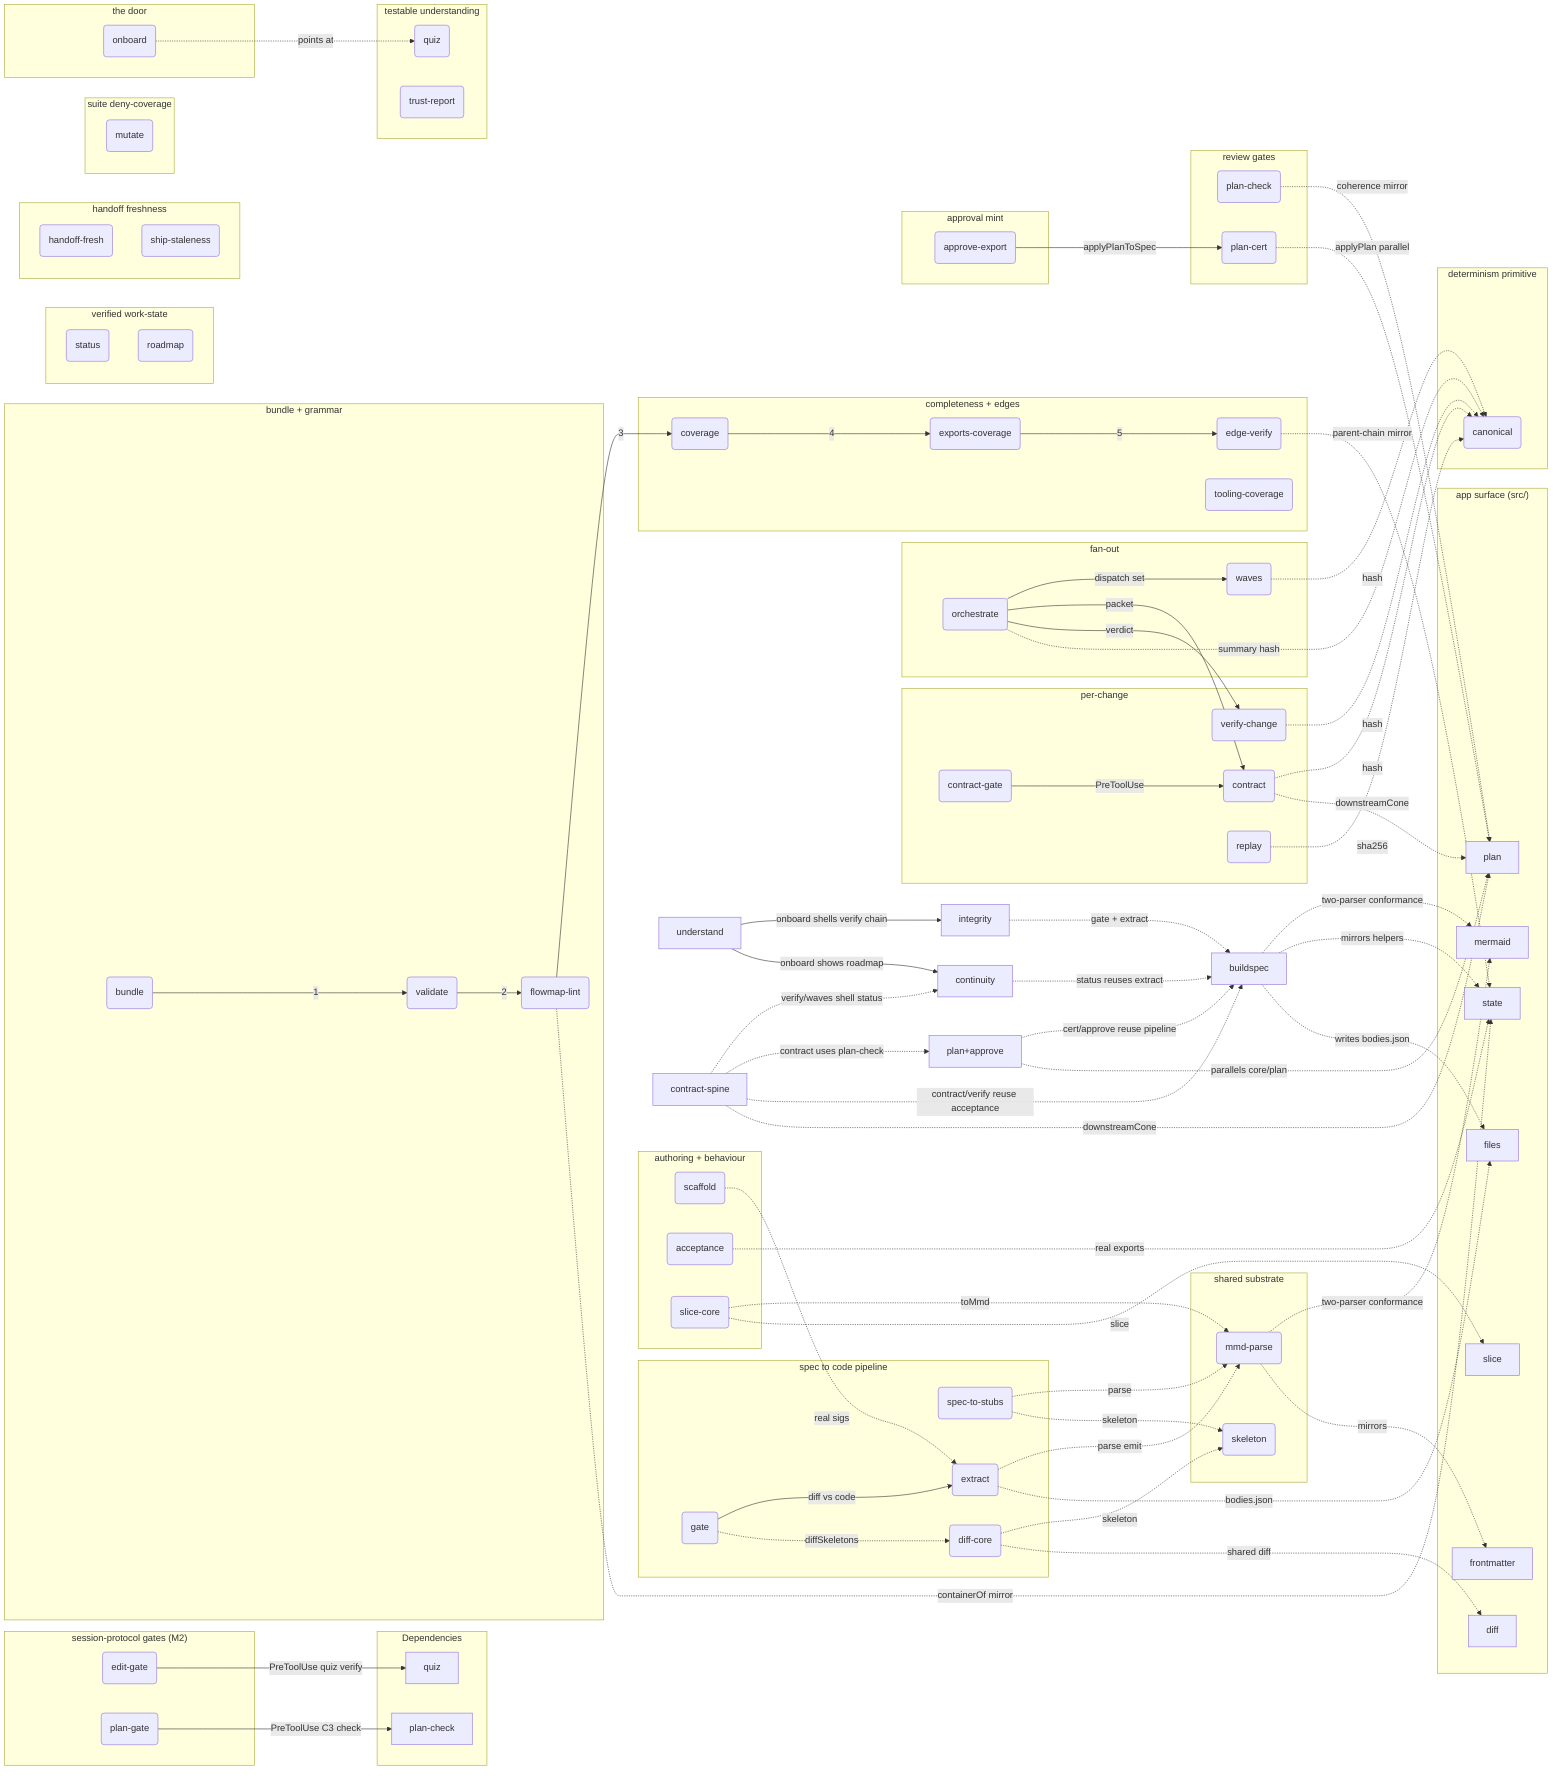
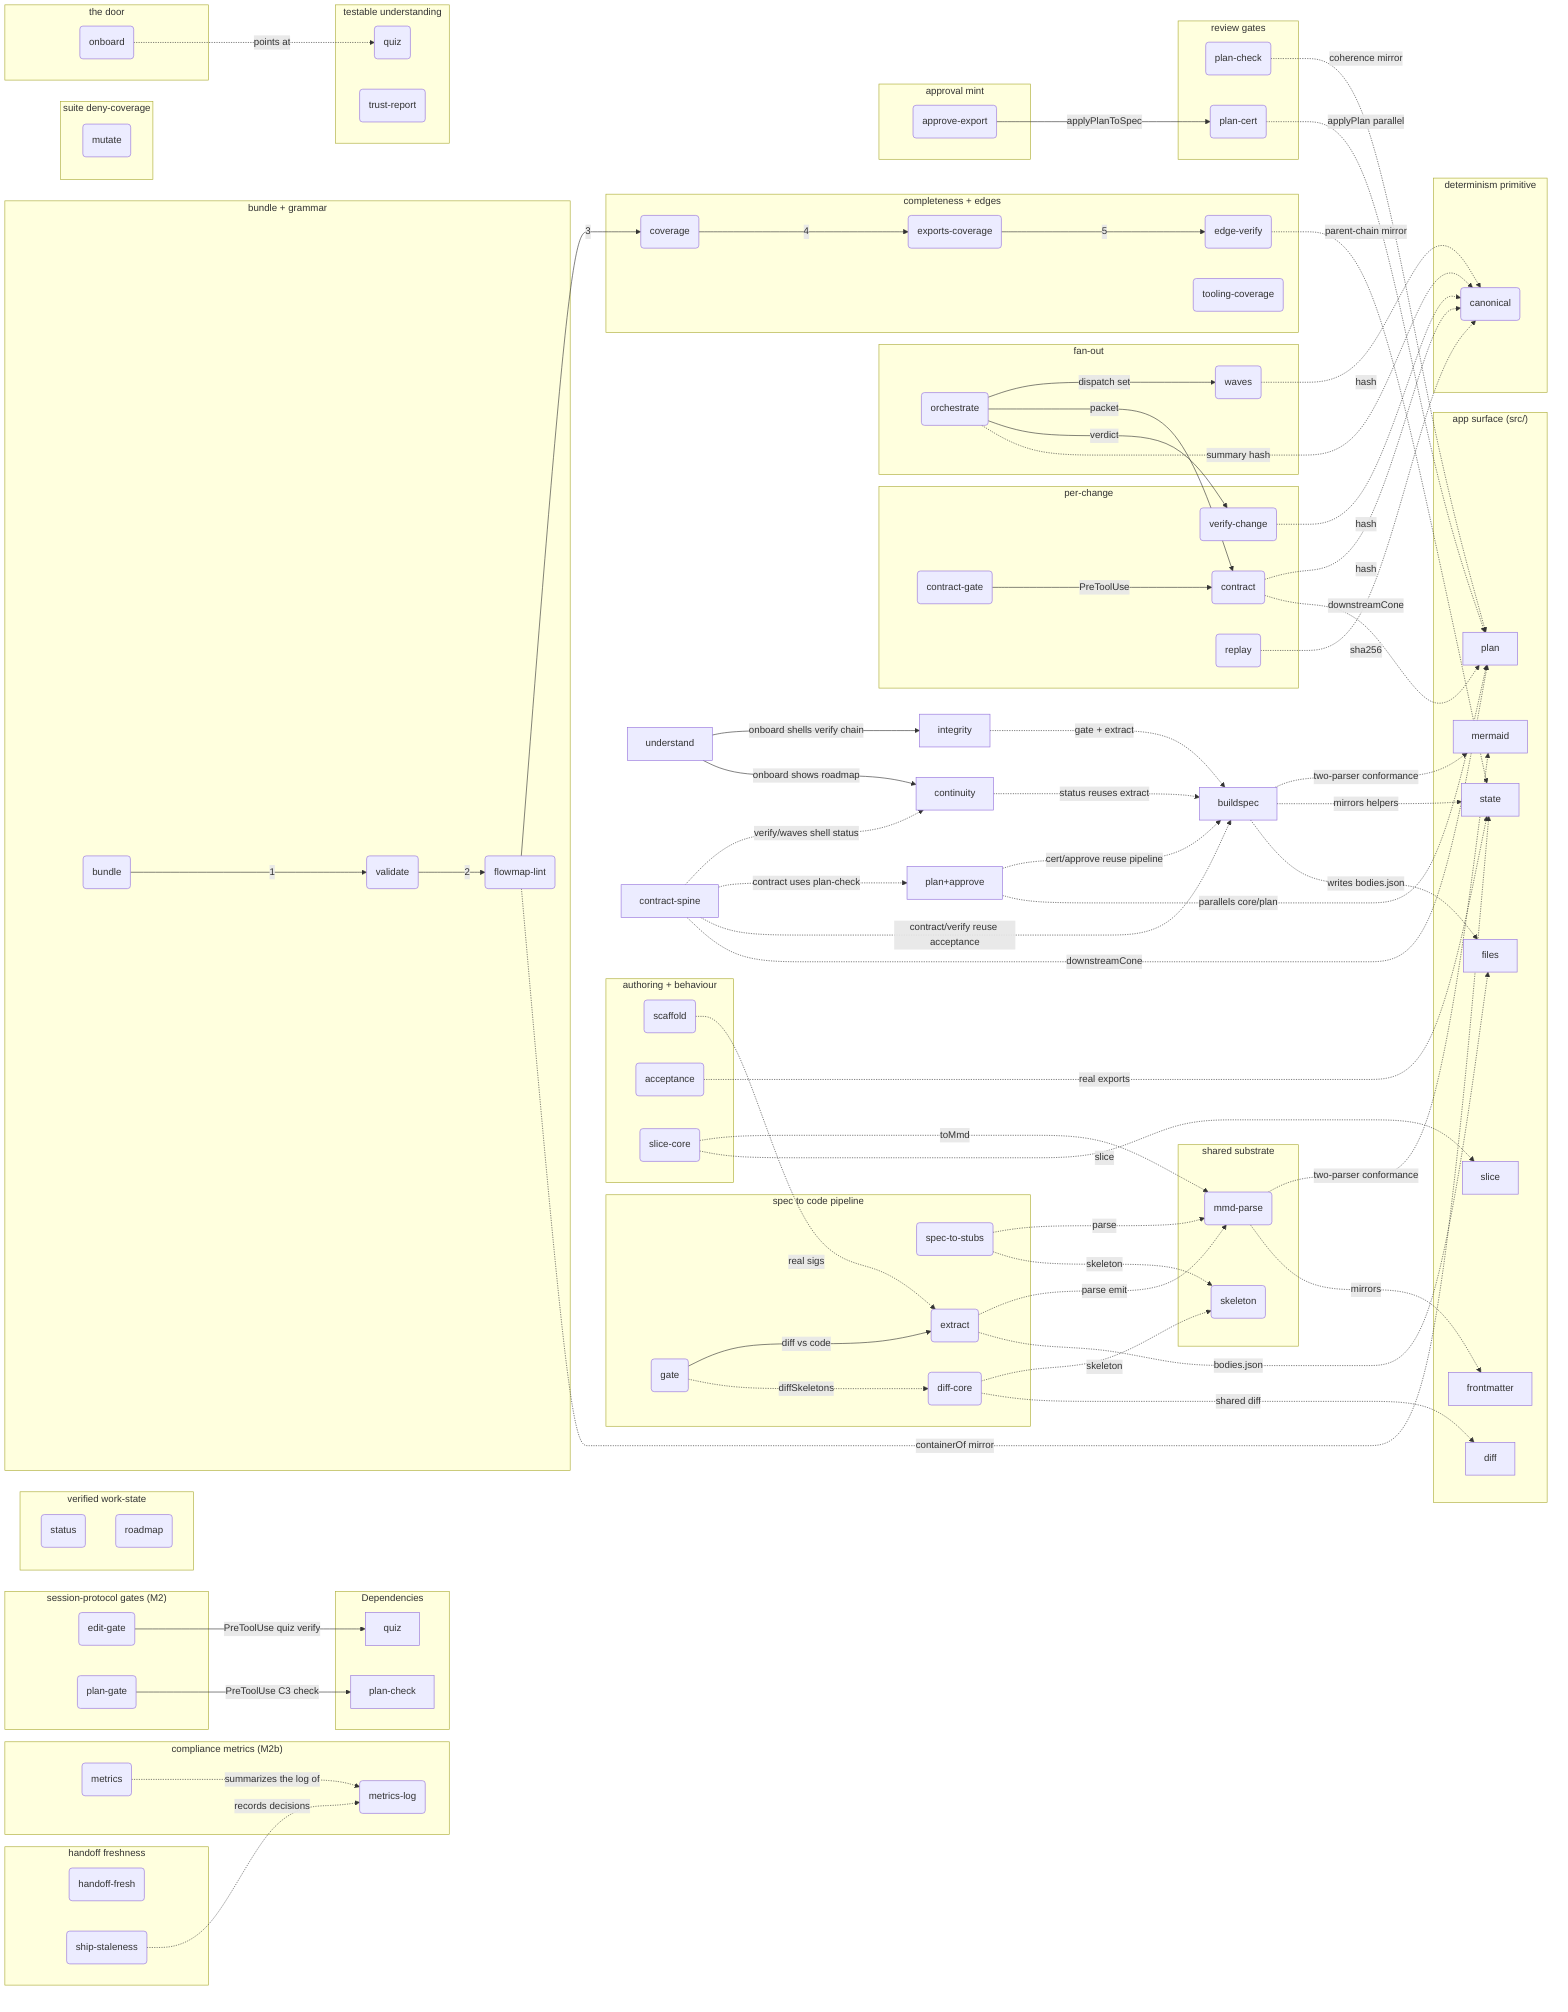
flowchart LR
%% AUTO-GENERATED BUNDLE — do not edit. Edit the per-folder fragments and re-bundle.
%% root flowmapBuildspec

%% fm:meta mermaid name=mermaid
%% fm:meta mermaid desc=app serializer/parser the tooling parser must agree with (two-parser conformance A3)
%% fm:meta frontmatter name=frontmatter
%% fm:meta frontmatter desc=app frontmatter model the tooling parser and skeleton mirror
%% fm:meta state name=state
%% fm:meta state desc=app model and geometry helpers the tooling mirrors and runs acceptance cases against
%% fm:meta files name=files
%% fm:meta files desc=app file IO that consumes the bodies.json the extractor writes
%% fm:meta diff name=diff
%% fm:meta diff desc=app semantic diff whose engine the tooling diff-core shares
%% fm:meta slice name=slice
%% fm:meta slice desc=app neighbourhood slice whose engine the tooling slice-core mirrors
%% fm:meta plan name=plan
%% fm:meta plan desc=app plan overlay model the tooling plan/cert/contract tools parallel and route into
%% fm:meta flowmapBuildspec__mmdParse name=mmd-parse
%% fm:meta flowmapBuildspec__mmdParse desc=zero-dep parser and serializer for the .mmd dialect every tool imports
%% fm:meta flowmapBuildspec__skeleton name=skeleton
%% fm:meta flowmapBuildspec__skeleton desc=canonical contract skeleton of a node plus all type normalization
%% fm:meta flowmapBuildspec__specToStubs name=spec-to-stubs
%% fm:meta flowmapBuildspec__specToStubs desc=step 1 emit TS stubs and contracts so interface drift becomes a tsc error
%% fm:meta flowmapBuildspec__extract name=extract
%% fm:meta flowmapBuildspec__extract desc=step 2 ts-morph walks src and re-serializes real code into a map plus bodies.json
%% fm:meta flowmapBuildspec__diffCore name=diff-core
%% fm:meta flowmapBuildspec__diffCore desc=pure structural diff between two skeleton maps categorizing every mismatch
%% fm:meta flowmapBuildspec__gate name=gate
%% fm:meta flowmapBuildspec__gate desc=step 3 diff committed spec against extracted code and exit non-zero on drift
%% fm:meta flowmapBuildspec__scaffold name=scaffold
%% fm:meta flowmapBuildspec__scaffold desc=author aid init backfill signatures and append plan nodes to fragments
%% fm:meta flowmapBuildspec__acceptance name=acceptance
%% fm:meta flowmapBuildspec__acceptance desc=Keystone 2 run behavioural cases against real src exports to prove correctness
%% fm:meta flowmapBuildspec__sliceCore name=slice-core
%% fm:meta flowmapBuildspec__sliceCore desc=pure model slicer reducing a parsed map to a seed node neighbourhood
%% fm:meta flowmapContinuity__status name=status
%% fm:meta flowmapContinuity__status desc=verified work-state compare a plan proposed signatures against live code built pending drifted missing
%% fm:meta flowmapContinuity__roadmap name=roadmap
%% fm:meta flowmapContinuity__roadmap desc=compute roadmap phase status from predicates and audit the no prose status ban
%% fm:meta flowmapContinuity__handoff name=handoff-fresh
%% fm:meta flowmapContinuity__handoff desc=detect when the handoff lags commits and falsify not yet committed prose claims
%% fm:meta flowmapContinuity__shipStaleness name=ship-staleness
%% fm:meta flowmapContinuity__shipStaleness desc=Stop hook block a session end while the shipped map lags src demanding flowmap ship
+ %% fm:meta flowmapContinuity__metrics name=metrics
+ %% fm:meta flowmapContinuity__metrics desc=M2b summarize the compliance log into rates quiz gate ship cert unproven and wrap ship runs transparently
+ %% fm:meta flowmapContinuity__metricsLog name=metrics-log
+ %% fm:meta flowmapContinuity__metricsLog desc=fail silent JSONL emitter the gates quiz and verdict tools import logging may never change a decision
%% fm:meta flowmapContractSpine__canonical name=canonical
%% fm:meta flowmapContractSpine__canonical desc=the determinism primitive key sorted JSON and sha256 so equality is a hash compare
%% fm:meta flowmapContractSpine__contract name=contract
%% fm:meta flowmapContractSpine__contract desc=emit a byte deterministic per change packet by routing blast radius source and coherence
%% fm:meta flowmapContractSpine__contractGate name=contract-gate
%% fm:meta flowmapContractSpine__contractGate desc=PreToolUse hook deny a spawn carrying a contract sentinel unless the contract resolves clean
%% fm:meta flowmapContractSpine__editGate name=edit-gate
%% fm:meta flowmapContractSpine__editGate desc=PreToolUse hook deny a src edit unless a quiz pass verifies against the current map bytes
%% fm:meta flowmapContractSpine__planGate name=plan-gate
%% fm:meta flowmapContractSpine__planGate desc=PreToolUse hook deny ExitPlanMode while the named or in flight plan fails coherence
%% fm:meta flowmapContractSpine__verifyChange name=verify-change
%% fm:meta flowmapContractSpine__verifyChange desc=fold structural and behavioural results into a data only verdict strict refuses over trust
%% fm:meta flowmapContractSpine__replay name=replay
%% fm:meta flowmapContractSpine__replay desc=determinism harness run a command N times and assert one stdout hash
%% fm:meta flowmapContractSpine__waves name=waves
%% fm:meta flowmapContractSpine__waves desc=topological wave partition of unbuilt changes with cycle detection for parallel dispatch
%% fm:meta flowmapContractSpine__orchestrate name=orchestrate
%% fm:meta flowmapContractSpine__orchestrate desc=the driver waves to per change worktree plus contract to verdict to canonical summary
%% fm:meta flowmapIntegrity__bundle name=bundle
%% fm:meta flowmapIntegrity__bundle desc=merge root plus every fragment into one bundle namespacing private ids
%% fm:meta flowmapIntegrity__validate name=validate
%% fm:meta flowmapIntegrity__validate desc=grammar gate one header unique ids every reference resolves one kind per node
%% fm:meta flowmapIntegrity__lint name=flowmap-lint
%% fm:meta flowmapIntegrity__lint desc=architecture altitude gate fail on flat file-mirror or unsectioned loose bag
%% fm:meta flowmapIntegrity__coverage name=coverage
%% fm:meta flowmapIntegrity__coverage desc=file completeness guard every source file is represented or has a fragment
%% fm:meta flowmapIntegrity__exports name=exports-coverage
%% fm:meta flowmapIntegrity__exports desc=symbol completeness guard every exported symbol is a node or audited entry
%% fm:meta flowmapIntegrity__edges name=edge-verify
%% fm:meta flowmapIntegrity__edges desc=edge integrity guard every edge is import backed intra file or audited advisory
%% fm:meta flowmapIntegrity__toolingCoverage name=tooling-coverage
%% fm:meta flowmapIntegrity__toolingCoverage desc=completeness plus symbol truth guard for the tooling map itself
%% fm:meta flowmapIntegrity__mutate name=mutate
%% fm:meta flowmapIntegrity__mutate desc=mutation harness apply corpus defects in isolated HEAD worktrees and assert the suite reacts as the corpus expects
%% fm:meta flowmapPlanApprove__planCheck name=plan-check
%% fm:meta flowmapPlanApprove__planCheck desc=C3 authoring coherence real ids acyclic deps valid parents coherent accepted set
%% fm:meta flowmapPlanApprove__planCert name=plan-cert
%% fm:meta flowmapPlanApprove__planCert desc=C2 dry-run certificate apply the plan and run generate tsc extract gate as a delta
%% fm:meta flowmapPlanApprove__approve name=approve-export
%% fm:meta flowmapPlanApprove__approve desc=E1 mint write approved map contracts filtered plan and checklist
%% fm:meta flowmapUnderstand__onboard name=onboard
%% fm:meta flowmapUnderstand__onboard desc=the single verifiable door shell the verify chain emit invariants print quiz and roadmap
%% fm:meta flowmapUnderstand__quiz name=quiz
%% fm:meta flowmapUnderstand__quiz desc=Keystone 1 generate structural questions and score answers against live re-derived keys
%% fm:meta flowmapUnderstand__trust name=trust-report
%% fm:meta flowmapUnderstand__trust desc=tier every claim verified advisory or unverified so readers know what is enforced

%% kind flowmapBuildspec module
%% kind flowmapIntegrity module
%% kind flowmapUnderstand module
%% kind flowmapContinuity module
%% kind flowmapPlanApprove module
%% kind flowmapContractSpine module
%% kind mermaid module
%% kind frontmatter module
%% kind state module
%% kind files module
%% kind diff module
%% kind slice module
%% kind plan module
%% kind flowmapBuildspec__mmdParse module
%% kind flowmapBuildspec__skeleton module
%% kind flowmapBuildspec__specToStubs service
%% kind flowmapBuildspec__extract service
%% kind flowmapBuildspec__diffCore module
%% kind flowmapBuildspec__gate service
%% kind flowmapBuildspec__scaffold service
%% kind flowmapBuildspec__acceptance service
%% kind flowmapBuildspec__sliceCore module
%% kind flowmapContinuity__status service
%% kind flowmapContinuity__roadmap service
%% kind flowmapContinuity__handoff service
%% kind flowmapContinuity__shipStaleness service
+ %% kind flowmapContinuity__metrics service
+ %% kind flowmapContinuity__metricsLog module
%% kind flowmapContractSpine__canonical module
%% kind flowmapContractSpine__contract service
%% kind flowmapContractSpine__contractGate service
%% kind flowmapContractSpine__editGate service
%% kind flowmapContractSpine__planGate service
%% kind flowmapContractSpine__verifyChange service
%% kind flowmapContractSpine__replay service
%% kind flowmapContractSpine__waves service
%% kind flowmapContractSpine__orchestrate service
%% kind flowmapIntegrity__bundle service
%% kind flowmapIntegrity__validate service
%% kind flowmapIntegrity__lint service
%% kind flowmapIntegrity__coverage service
%% kind flowmapIntegrity__exports service
%% kind flowmapIntegrity__edges service
%% kind flowmapIntegrity__toolingCoverage service
%% kind flowmapIntegrity__mutate service
%% kind flowmapPlanApprove__planCheck service
%% kind flowmapPlanApprove__planCert service
%% kind flowmapPlanApprove__approve service
%% kind flowmapUnderstand__onboard service
%% kind flowmapUnderstand__quiz service
%% kind flowmapUnderstand__trust service
%% parent flowmapBuildspec__bs_substrate flowmapBuildspec
%% parent flowmapBuildspec__bs_pipeline flowmapBuildspec
%% parent flowmapBuildspec__bs_aids flowmapBuildspec
%% parent flowmapContinuity__co_state flowmapContinuity
%% parent flowmapContinuity__co_handoff flowmapContinuity
+ %% parent flowmapContinuity__co_metrics flowmapContinuity
%% parent flowmapContractSpine__cs_prim flowmapContractSpine
%% parent flowmapContractSpine__cs_change flowmapContractSpine
%% parent flowmapContractSpine__cs_fanout flowmapContractSpine
%% parent flowmapContractSpine__cs_protocol flowmapContractSpine
%% parent flowmapIntegrity__in_build flowmapIntegrity
%% parent flowmapIntegrity__in_complete flowmapIntegrity
%% parent flowmapIntegrity__in_suite flowmapIntegrity
%% parent flowmapPlanApprove__pa_gates flowmapPlanApprove
%% parent flowmapPlanApprove__pa_mint flowmapPlanApprove
%% parent flowmapUnderstand__un_door flowmapUnderstand
%% parent flowmapUnderstand__un_prove flowmapUnderstand
%% src flowmapBuildspec__mmdParse tools/buildspec/mmd-parse.mjs#parseMmd
%% src flowmapBuildspec__skeleton tools/buildspec/skeleton.mjs#specSkeleton
%% src flowmapBuildspec__specToStubs tools/buildspec/spec-to-stubs.mjs#generate
%% src flowmapBuildspec__extract tools/buildspec/extract.mjs#extract
%% src flowmapBuildspec__diffCore tools/buildspec/diff-core.mjs#diffSkeletons
%% src flowmapBuildspec__gate tools/buildspec/gate.mjs
%% src flowmapBuildspec__scaffold tools/buildspec/scaffold.mjs#addFromPlan
%% src flowmapBuildspec__acceptance tools/buildspec/acceptance.mjs#runAcceptance
%% src flowmapBuildspec__sliceCore tools/buildspec/slice-core.mjs#sliceModel
%% src flowmapContinuity__status tools/flowmap/status.mjs
%% src flowmapContinuity__roadmap tools/flowmap/roadmap.mjs
%% src flowmapContinuity__handoff tools/flowmap/handoff-fresh.mjs#checkContentClaims
%% src flowmapContinuity__shipStaleness tools/flowmap/ship-staleness.mjs
+ %% src flowmapContinuity__metrics tools/flowmap/metrics.mjs
+ %% src flowmapContinuity__metricsLog tools/flowmap/lib/metrics-log.mjs#recordEvent
%% src flowmapContractSpine__canonical tools/flowmap/lib/canonical.mjs#canonicalize
%% src flowmapContractSpine__contract tools/flowmap/contract.mjs
%% src flowmapContractSpine__contractGate tools/flowmap/contract-gate.mjs
%% src flowmapContractSpine__editGate tools/flowmap/edit-gate.mjs
%% src flowmapContractSpine__planGate tools/flowmap/plan-gate.mjs
%% src flowmapContractSpine__verifyChange tools/flowmap/verify-change.mjs
%% src flowmapContractSpine__replay tools/flowmap/replay.mjs
%% src flowmapContractSpine__waves tools/flowmap/waves.mjs
%% src flowmapContractSpine__orchestrate tools/flowmap/orchestrate.mjs
%% src flowmapIntegrity__bundle tools/flowmap/bundle.mjs
%% src flowmapIntegrity__validate tools/flowmap/validate.mjs
%% src flowmapIntegrity__lint tools/flowmap/flowmap-lint.mjs#lint
%% src flowmapIntegrity__coverage tools/flowmap/coverage.mjs
%% src flowmapIntegrity__exports tools/flowmap/exports-coverage.mjs
%% src flowmapIntegrity__edges tools/flowmap/edge-verify.mjs#verifyEdges
%% src flowmapIntegrity__toolingCoverage tools/flowmap/tooling-coverage.mjs
%% src flowmapIntegrity__mutate tools/flowmap/mutate.mjs
%% src flowmapPlanApprove__planCheck tools/flowmap/plan-check.mjs#checkPlan
%% src flowmapPlanApprove__planCert tools/flowmap/plan-cert.mjs#certifyPlan
%% src flowmapPlanApprove__approve tools/flowmap/approve-export.mjs#approveExport
%% src flowmapUnderstand__onboard tools/flowmap/onboard.mjs
%% src flowmapUnderstand__quiz tools/flowmap/quiz.mjs
%% src flowmapUnderstand__trust tools/flowmap/trust-report.mjs

  flowmapBuildspec["buildspec"]
  flowmapIntegrity["integrity"]
  flowmapUnderstand["understand"]
  flowmapContinuity["continuity"]
  flowmapPlanApprove["plan+approve"]
  flowmapContractSpine["contract-spine"]
  subgraph AppSurface ["app surface (src/)"]
    mermaid["mermaid"]
    frontmatter["frontmatter"]
    state["state"]
    files["files"]
    diff["diff"]
    slice["slice"]
    plan["plan"]
  end
  %% ---- subsystem-level flow (the loop) ----
  %% ---- tooling -> app surface (the blast radius) ----

  subgraph flowmapBuildspec__bs_substrate ["shared substrate"]
    flowmapBuildspec__mmdParse("mmd-parse")
    flowmapBuildspec__skeleton("skeleton")
  end
  subgraph flowmapBuildspec__bs_pipeline ["spec to code pipeline"]
    flowmapBuildspec__specToStubs("spec-to-stubs")
    flowmapBuildspec__extract("extract")
    flowmapBuildspec__gate("gate")
    flowmapBuildspec__diffCore("diff-core")
  end
  subgraph flowmapBuildspec__bs_aids ["authoring + behaviour"]
    flowmapBuildspec__scaffold("scaffold")
    flowmapBuildspec__acceptance("acceptance")
    flowmapBuildspec__sliceCore("slice-core")
  end

  subgraph flowmapContinuity__co_state ["verified work-state"]
    flowmapContinuity__status("status")
    flowmapContinuity__roadmap("roadmap")
  end
  subgraph flowmapContinuity__co_handoff ["handoff freshness"]
    flowmapContinuity__handoff("handoff-fresh")
    flowmapContinuity__shipStaleness("ship-staleness")
+   end
+   subgraph flowmapContinuity__co_metrics ["compliance metrics (M2b)"]
+     flowmapContinuity__metrics("metrics")
+     flowmapContinuity__metricsLog("metrics-log")
  end

  subgraph flowmapContractSpine__cs_prim ["determinism primitive"]
    flowmapContractSpine__canonical("canonical")
  end
  subgraph flowmapContractSpine__cs_change ["per-change"]
    flowmapContractSpine__contract("contract")
    flowmapContractSpine__contractGate("contract-gate")
    flowmapContractSpine__verifyChange("verify-change")
    flowmapContractSpine__replay("replay")
  end
  subgraph flowmapContractSpine__cs_fanout ["fan-out"]
    flowmapContractSpine__waves("waves")
    flowmapContractSpine__orchestrate("orchestrate")
  end
  subgraph flowmapContractSpine__cs_protocol ["session-protocol gates (M2)"]
    flowmapContractSpine__editGate("edit-gate")
    flowmapContractSpine__planGate("plan-gate")
  end
  subgraph flowmapContractSpine__Deps ["Dependencies"]
    flowmapContractSpine__quiz["quiz"]
    flowmapContractSpine__planCheck["plan-check"]
  end

  subgraph flowmapIntegrity__in_build ["bundle + grammar"]
    flowmapIntegrity__bundle("bundle")
    flowmapIntegrity__validate("validate")
    flowmapIntegrity__lint("flowmap-lint")
  end
  subgraph flowmapIntegrity__in_complete ["completeness + edges"]
    flowmapIntegrity__coverage("coverage")
    flowmapIntegrity__exports("exports-coverage")
    flowmapIntegrity__edges("edge-verify")
    flowmapIntegrity__toolingCoverage("tooling-coverage")
  end
  subgraph flowmapIntegrity__in_suite ["suite deny-coverage"]
    flowmapIntegrity__mutate("mutate")
  end

  subgraph flowmapPlanApprove__pa_gates ["review gates"]
    flowmapPlanApprove__planCheck("plan-check")
    flowmapPlanApprove__planCert("plan-cert")
  end
  subgraph flowmapPlanApprove__pa_mint ["approval mint"]
    flowmapPlanApprove__approve("approve-export")
  end

  subgraph flowmapUnderstand__un_door ["the door"]
    flowmapUnderstand__onboard("onboard")
  end
  subgraph flowmapUnderstand__un_prove ["testable understanding"]
    flowmapUnderstand__quiz("quiz")
    flowmapUnderstand__trust("trust-report")
  end

  flowmapUnderstand -->|onboard shells verify chain| flowmapIntegrity
  flowmapUnderstand -->|onboard shows roadmap| flowmapContinuity
  flowmapIntegrity -.->|gate + extract| flowmapBuildspec
  flowmapContinuity -.->|status reuses extract| flowmapBuildspec
  flowmapPlanApprove -.->|cert/approve reuse pipeline| flowmapBuildspec
  flowmapContractSpine -.->|verify/waves shell status| flowmapContinuity
  flowmapContractSpine -.->|contract uses plan-check| flowmapPlanApprove
  flowmapContractSpine -.->|contract/verify reuse acceptance| flowmapBuildspec
  flowmapBuildspec -.->|two-parser conformance| mermaid
  flowmapBuildspec -.->|mirrors helpers| state
  flowmapBuildspec -.->|writes bodies.json| files
  flowmapPlanApprove -.->|parallels core/plan| plan
  flowmapContractSpine -.->|downstreamCone| plan
  flowmapBuildspec__gate -->|diff vs code| flowmapBuildspec__extract
  flowmapBuildspec__gate -.->|diffSkeletons| flowmapBuildspec__diffCore
  flowmapBuildspec__diffCore -.->|skeleton| flowmapBuildspec__skeleton
  flowmapBuildspec__extract -.->|parse emit| flowmapBuildspec__mmdParse
  flowmapBuildspec__specToStubs -.->|parse| flowmapBuildspec__mmdParse
  flowmapBuildspec__specToStubs -.->|skeleton| flowmapBuildspec__skeleton
  flowmapBuildspec__scaffold -.->|real sigs| flowmapBuildspec__extract
  flowmapBuildspec__sliceCore -.->|toMmd| flowmapBuildspec__mmdParse
  flowmapBuildspec__mmdParse -.->|two-parser conformance| mermaid
  flowmapBuildspec__mmdParse -.->|mirrors| frontmatter
  flowmapBuildspec__extract -.->|bodies.json| files
  flowmapBuildspec__acceptance -.->|real exports| state
  flowmapBuildspec__diffCore -.->|shared diff| diff
  flowmapBuildspec__sliceCore -.->|slice| slice
+   flowmapContinuity__metrics -.->|summarizes the log of| flowmapContinuity__metricsLog
+   flowmapContinuity__shipStaleness -.->|records decisions| flowmapContinuity__metricsLog
  flowmapContractSpine__contractGate -->|PreToolUse| flowmapContractSpine__contract
  flowmapContractSpine__editGate -->|PreToolUse quiz verify| flowmapContractSpine__quiz
  flowmapContractSpine__planGate -->|PreToolUse C3 check| flowmapContractSpine__planCheck
  flowmapContractSpine__orchestrate -->|dispatch set| flowmapContractSpine__waves
  flowmapContractSpine__orchestrate -->|packet| flowmapContractSpine__contract
  flowmapContractSpine__orchestrate -->|verdict| flowmapContractSpine__verifyChange
  flowmapContractSpine__contract -.->|hash| flowmapContractSpine__canonical
  flowmapContractSpine__verifyChange -.->|hash| flowmapContractSpine__canonical
  flowmapContractSpine__replay -.->|sha256| flowmapContractSpine__canonical
  flowmapContractSpine__waves -.->|hash| flowmapContractSpine__canonical
  flowmapContractSpine__orchestrate -.->|summary hash| flowmapContractSpine__canonical
  flowmapContractSpine__contract -.->|downstreamCone| plan
  flowmapIntegrity__bundle -->|1| flowmapIntegrity__validate
  flowmapIntegrity__validate -->|2| flowmapIntegrity__lint
  flowmapIntegrity__lint -->|3| flowmapIntegrity__coverage
  flowmapIntegrity__coverage -->|4| flowmapIntegrity__exports
  flowmapIntegrity__exports -->|5| flowmapIntegrity__edges
  flowmapIntegrity__lint -.->|containerOf mirror| state
  flowmapIntegrity__edges -.->|parent-chain mirror| state
  flowmapPlanApprove__approve -->|applyPlanToSpec| flowmapPlanApprove__planCert
  flowmapPlanApprove__planCheck -.->|coherence mirror| plan
  flowmapPlanApprove__planCert -.->|applyPlan parallel| plan
  flowmapUnderstand__onboard -.->|points at| flowmapUnderstand__quiz
